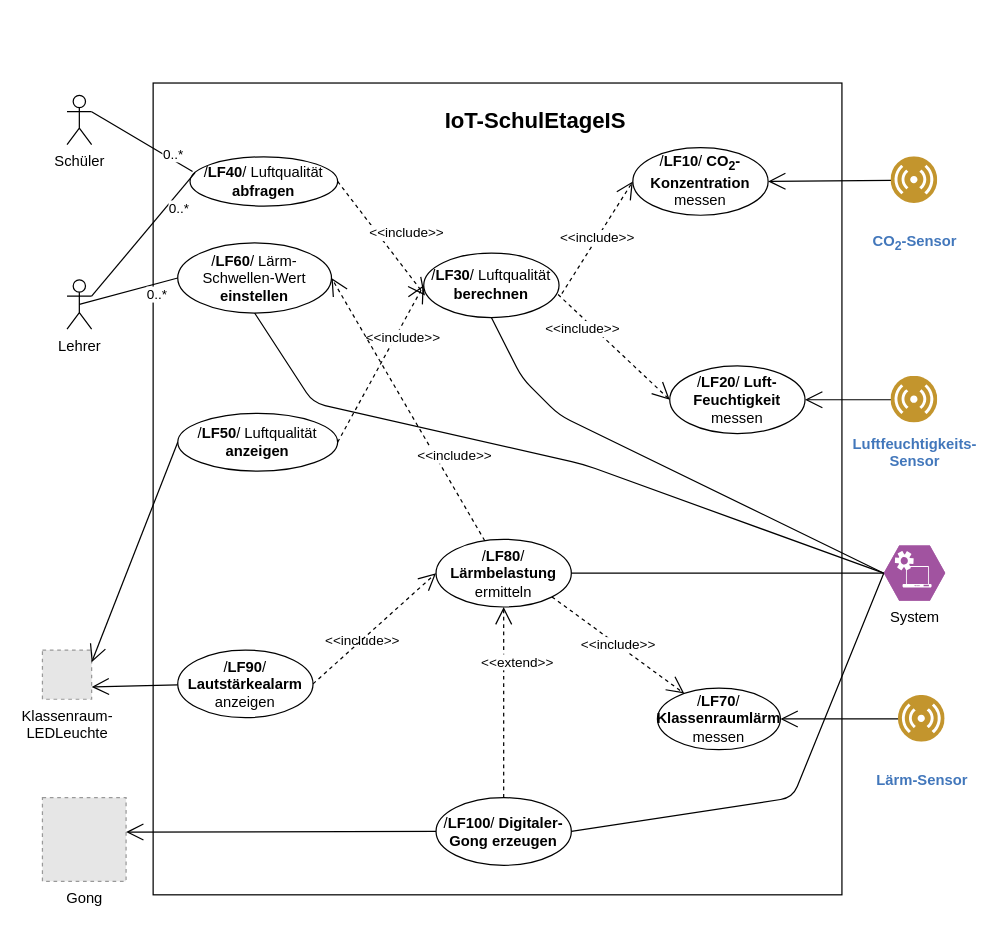
etaCarinaeLovelace/syp keeps this draw.io diagram as page "Page-1" (1 of 2) of SchulEtage_Anwendungsfaellev1.drawio. Above is the earlier version. Source tidied: cells renumbered, new cells numbered last; positions are measured from the earlier drawing's top-left corner, leaving out a move shared by most shapes. Both pictures are drawn from the tidied source at 123%, with x=0, y=0 at pixel (42, 82). Pictures stored in the file or linked from it are replaced by grey dashed boxes.
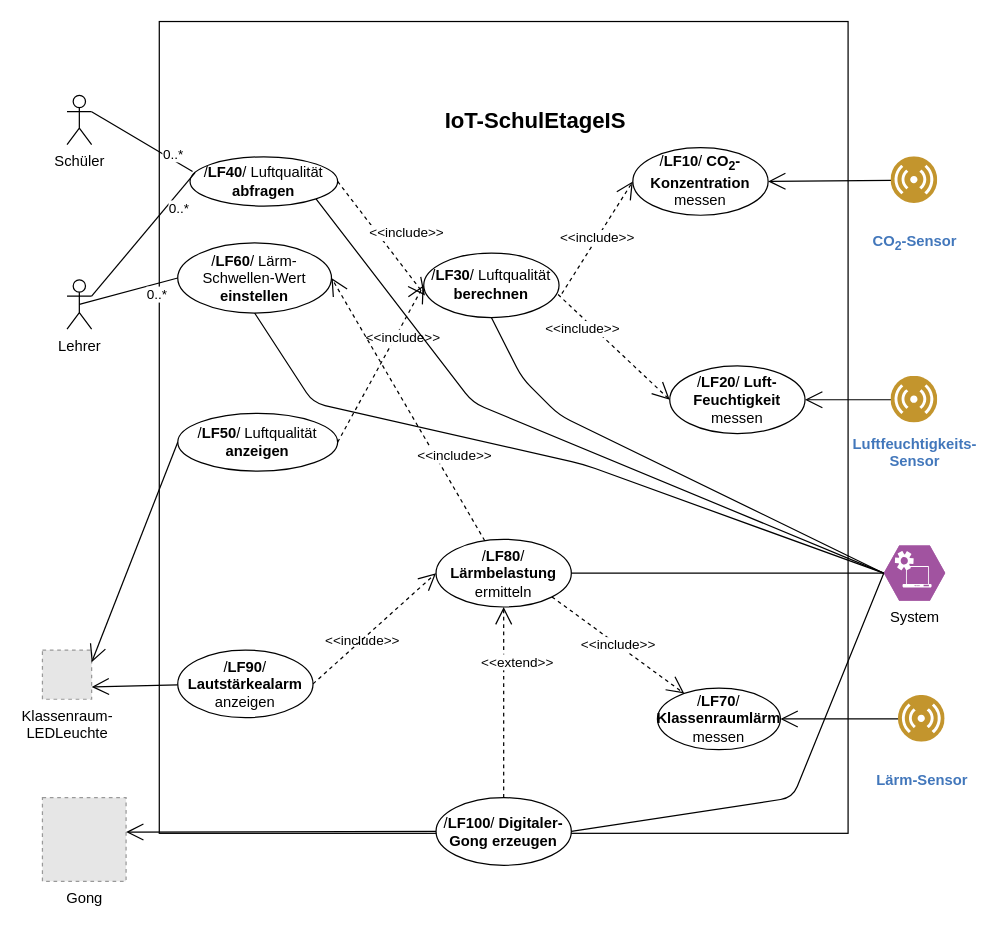
The same page after the edit.

Unchanged cells that the change refers to:
```xml
<mxCell id="5" value="/&lt;b&gt;LF40&lt;/b&gt;/ Luftqualität &lt;b&gt;abfragen&lt;/b&gt;" style="ellipse;whiteSpace=wrap;html=1;" parent="1" vertex="1">
  <mxGeometry x="120" y="60" width="120" height="40" as="geometry" />
</mxCell>
<mxCell id="38" value="System" style="verticalLabelPosition=bottom;html=1;fillColor=#A153A0;strokeColor=#ffffff;verticalAlign=top;align=center;points=[[0,0.5,0],[0.125,0.25,0],[0.25,0,0],[0.5,0,0],[0.75,0,0],[0.875,0.25,0],[1,0.5,0],[0.875,0.75,0],[0.75,1,0],[0.5,1,0],[0.125,0.75,0]];shape=mxgraph.cisco_safe.compositeIcon;bgIcon=mxgraph.cisco_safe.design.blank_device;resIcon=mxgraph.cisco_safe.design.automated_system;" parent="1" vertex="1">
  <mxGeometry x="684" y="376" width="50" height="45" as="geometry" />
</mxCell>
```

What changed in the source:
```diff
@@
     <mxCell id="2" style="whiteSpace=wrap;html=1;" parent="1" vertex="1">
-      <mxGeometry x="90" width="560" height="660" as="geometry" />
+      <mxGeometry x="95" y="-50" width="560" height="660" as="geometry" />
     </mxCell>
@@
+    <mxCell id="43" style="endArrow=none;html=1;exitX=0;exitY=0.5;exitDx=0;exitDy=0;exitPerimeter=0;entryX=1;entryY=1;entryDx=0;entryDy=0;" parent="1" edge="1" source="38" target="5">
+      <mxGeometry relative="1" as="geometry">
+        <Array as="points">
+          <mxPoint x="350" y="260" />
+        </Array>
+      </mxGeometry>
+    </mxCell>
```
